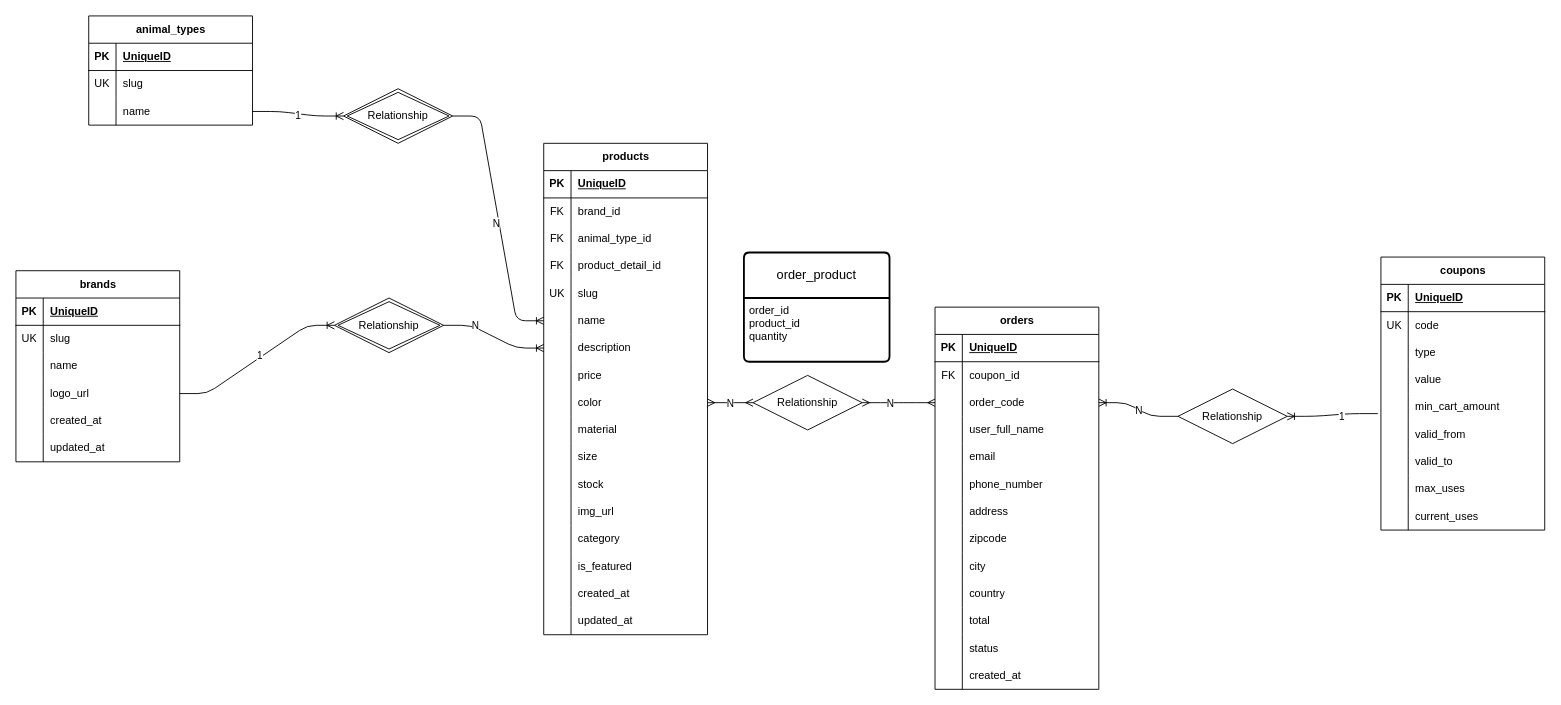
The draw.io diagram boolDog.drawio in Carlo-Falanga/booldog-project-work, before the edit. Source tidied: cells renumbered, new cells numbered last; positions are measured from the earlier drawing's top-left corner, leaving out a move shared by most shapes. Both pictures are drawn from the tidied source at 91%, with x=0, y=0 at pixel (15, 15).
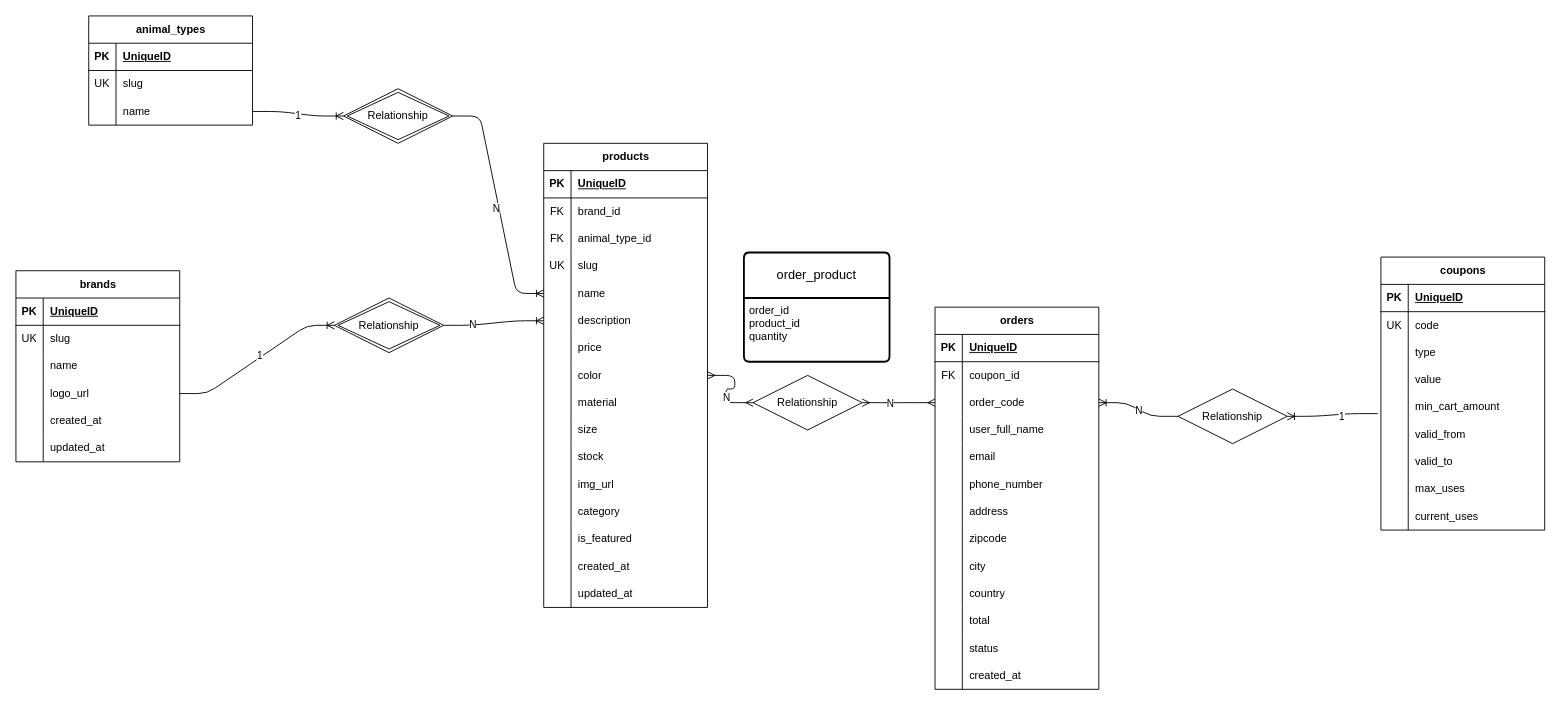
Above is the later version.

Change to the diagram source:
```diff
@@
     <mxCell id="2" value="products" style="shape=table;startSize=30;childLayout=tableLayout;rowLines=0;fontStyle=1;align=center;html=1;" parent="1" vertex="1">
-      <mxGeometry x="580" y="140" width="180" height="540" as="geometry" />
+      <mxGeometry x="580" y="140" width="180" height="510" as="geometry" />
     </mxCell>
@@
-    <mxCell id="12" style="shape=tableRow;horizontal=0;startSize=0;swimlaneHead=0;swimlaneBody=0;fillColor=none;top=0;left=0;right=0;bottom=0;" parent="2" vertex="1">
-      <mxGeometry y="120" width="180" height="30" as="geometry" />
-    </mxCell>
-    <mxCell id="13" value="FK" style="shape=partialRectangle;fillColor=none;top=0;left=0;bottom=0;right=0;overflow=hidden;whiteSpace=wrap;html=1;" parent="12" vertex="1">
-      <mxGeometry width="30" height="30" as="geometry" />
-    </mxCell>
-    <mxCell id="14" value="product_detail_id" style="shape=partialRectangle;fillColor=none;top=0;left=0;bottom=0;right=0;align=left;spacingLeft=6;overflow=hidden;whiteSpace=wrap;html=1;" parent="12" vertex="1">
-      <mxGeometry x="30" width="150" height="30" as="geometry" />
-    </mxCell>
     <mxCell id="15" style="shape=tableRow;horizontal=0;startSize=0;swimlaneHead=0;swimlaneBody=0;fillColor=none;top=0;left=0;right=0;bottom=0;" parent="2" vertex="1">
-      <mxGeometry y="150" width="180" height="30" as="geometry" />
+      <mxGeometry y="120" width="180" height="30" as="geometry" />
     </mxCell>
@@
     <mxCell id="18" style="shape=tableRow;horizontal=0;startSize=0;swimlaneHead=0;swimlaneBody=0;fillColor=none;points=[[0,0.5],[1,0.5]];portConstraint=eastwest;top=0;left=0;right=0;bottom=0;" parent="2" vertex="1">
-      <mxGeometry y="180" width="180" height="30" as="geometry" />
+      <mxGeometry y="150" width="180" height="30" as="geometry" />
     </mxCell>
@@
     <mxCell id="21" style="shape=tableRow;horizontal=0;startSize=0;swimlaneHead=0;swimlaneBody=0;fillColor=none;points=[[0,0.5],[1,0.5]];portConstraint=eastwest;top=0;left=0;right=0;bottom=0;" parent="2" vertex="1">
-      <mxGeometry y="210" width="180" height="30" as="geometry" />
+      <mxGeometry y="180" width="180" height="30" as="geometry" />
     </mxCell>
@@
     <mxCell id="24" style="shape=tableRow;horizontal=0;startSize=0;swimlaneHead=0;swimlaneBody=0;fillColor=none;top=0;left=0;right=0;bottom=0;" parent="2" vertex="1">
-      <mxGeometry y="240" width="180" height="30" as="geometry" />
+      <mxGeometry y="210" width="180" height="30" as="geometry" />
     </mxCell>
@@
     <mxCell id="27" style="shape=tableRow;horizontal=0;startSize=0;swimlaneHead=0;swimlaneBody=0;fillColor=none;points=[[0,0.5],[1,0.5]];portConstraint=eastwest;top=0;left=0;right=0;bottom=0;" parent="2" vertex="1">
-      <mxGeometry y="270" width="180" height="30" as="geometry" />
+      <mxGeometry y="240" width="180" height="30" as="geometry" />
     </mxCell>
@@
     <mxCell id="30" style="shape=tableRow;horizontal=0;startSize=0;swimlaneHead=0;swimlaneBody=0;fillColor=none;top=0;left=0;right=0;bottom=0;" parent="2" vertex="1">
-      <mxGeometry y="300" width="180" height="30" as="geometry" />
+      <mxGeometry y="270" width="180" height="30" as="geometry" />
     </mxCell>
@@
     <mxCell id="33" style="shape=tableRow;horizontal=0;startSize=0;swimlaneHead=0;swimlaneBody=0;fillColor=none;top=0;left=0;right=0;bottom=0;" parent="2" vertex="1">
-      <mxGeometry y="330" width="180" height="30" as="geometry" />
+      <mxGeometry y="300" width="180" height="30" as="geometry" />
     </mxCell>
@@
     <mxCell id="36" style="shape=tableRow;horizontal=0;startSize=0;swimlaneHead=0;swimlaneBody=0;fillColor=none;top=0;left=0;right=0;bottom=0;" parent="2" vertex="1">
-      <mxGeometry y="360" width="180" height="30" as="geometry" />
+      <mxGeometry y="330" width="180" height="30" as="geometry" />
     </mxCell>
@@
     <mxCell id="39" style="shape=tableRow;horizontal=0;startSize=0;swimlaneHead=0;swimlaneBody=0;fillColor=none;top=0;left=0;right=0;bottom=0;" parent="2" vertex="1">
-      <mxGeometry y="390" width="180" height="30" as="geometry" />
+      <mxGeometry y="360" width="180" height="30" as="geometry" />
     </mxCell>
@@
     <mxCell id="42" style="shape=tableRow;horizontal=0;startSize=0;swimlaneHead=0;swimlaneBody=0;fillColor=none;top=0;left=0;right=0;bottom=0;" parent="2" vertex="1">
-      <mxGeometry y="420" width="180" height="30" as="geometry" />
+      <mxGeometry y="390" width="180" height="30" as="geometry" />
     </mxCell>
@@
     <mxCell id="45" style="shape=tableRow;horizontal=0;startSize=0;swimlaneHead=0;swimlaneBody=0;fillColor=none;top=0;left=0;right=0;bottom=0;" parent="2" vertex="1">
-      <mxGeometry y="450" width="180" height="30" as="geometry" />
+      <mxGeometry y="420" width="180" height="30" as="geometry" />
     </mxCell>
@@
     <mxCell id="48" style="shape=tableRow;horizontal=0;startSize=0;swimlaneHead=0;swimlaneBody=0;fillColor=none;top=0;left=0;right=0;bottom=0;" parent="2" vertex="1">
-      <mxGeometry y="480" width="180" height="30" as="geometry" />
+      <mxGeometry y="450" width="180" height="30" as="geometry" />
     </mxCell>
@@
     <mxCell id="51" style="shape=tableRow;horizontal=0;startSize=0;swimlaneHead=0;swimlaneBody=0;fillColor=none;top=0;left=0;right=0;bottom=0;" parent="2" vertex="1">
-      <mxGeometry y="510" width="180" height="30" as="geometry" />
+      <mxGeometry y="480" width="180" height="30" as="geometry" />
     </mxCell>
```
